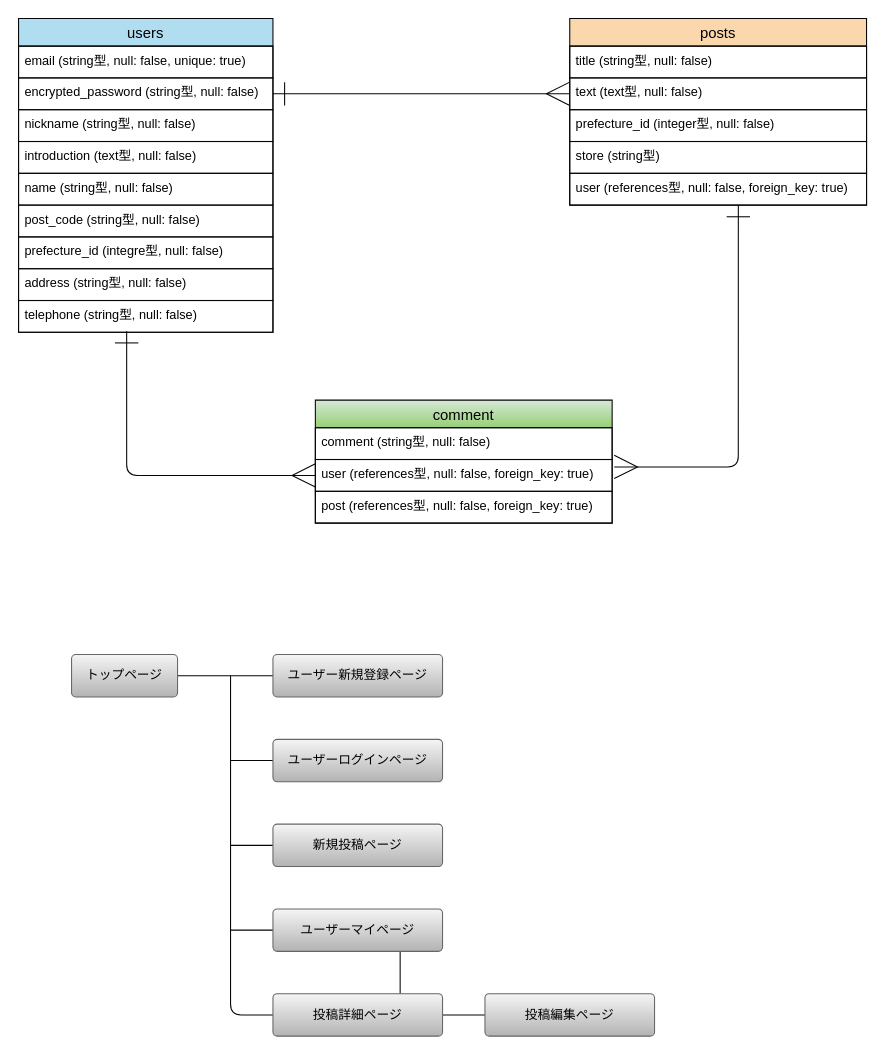
The draw.io diagram nomonomo.dio in hayapi0208/nomonomo, before the edit. Source tidied: cells renumbered, new cells numbered last; positions are measured from the earlier drawing's top-left corner, leaving out a move shared by most shapes. Both pictures are drawn from the tidied source at 106%, with x=0, y=0 at pixel (18, 18).
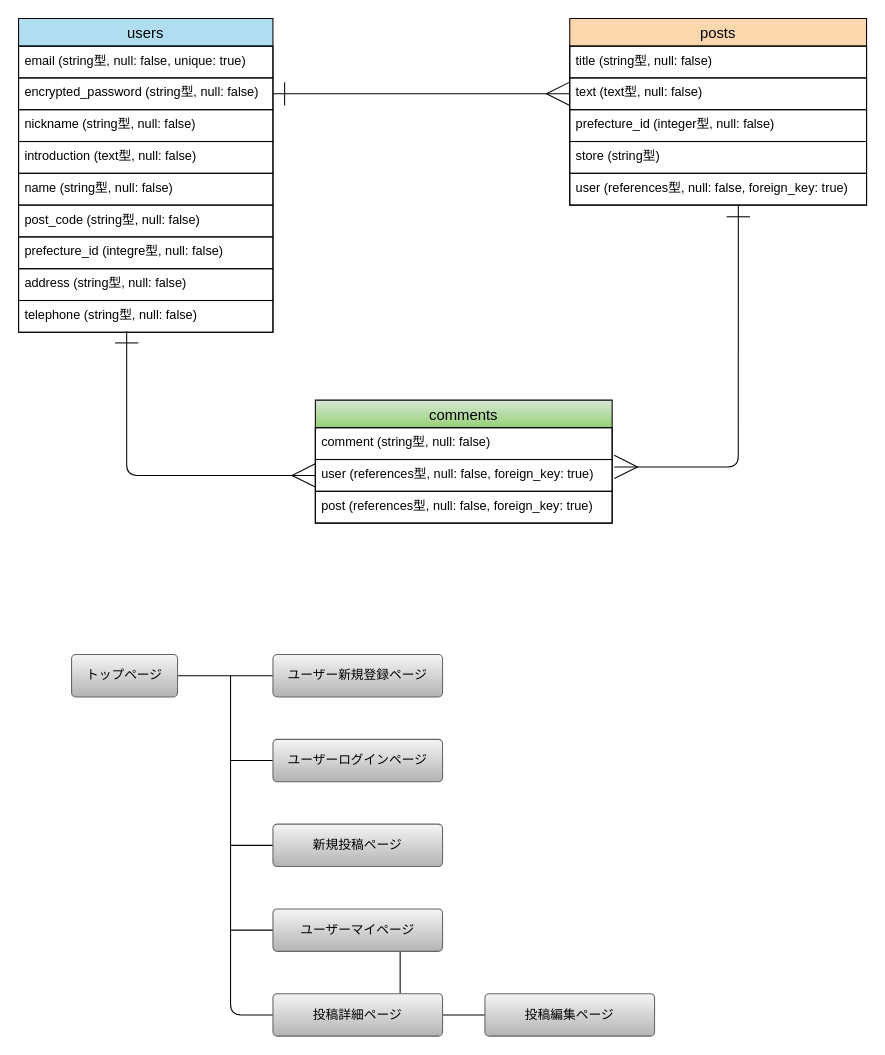
The same diagram, later.

Commit message (it also covers changes not shown here):
READMEを一部修正

What changed in the source:
```diff
@@
-    <mxCell id="18" value="comment" style="swimlane;fontStyle=0;horizontal=1;startSize=26;align=center;fontSize=14;fillColor=#d5e8d4;gradientColor=#97d077;strokeColor=#050505;fontColor=#000000;" parent="1" vertex="1">
+    <mxCell id="18" value="comments" style="swimlane;fontStyle=0;horizontal=1;startSize=26;align=center;fontSize=14;fillColor=#d5e8d4;gradientColor=#97d077;strokeColor=#050505;fontColor=#000000;" parent="1" vertex="1">
       <mxGeometry x="280" y="360" width="280" height="116" as="geometry" />
     </mxCell>
```
